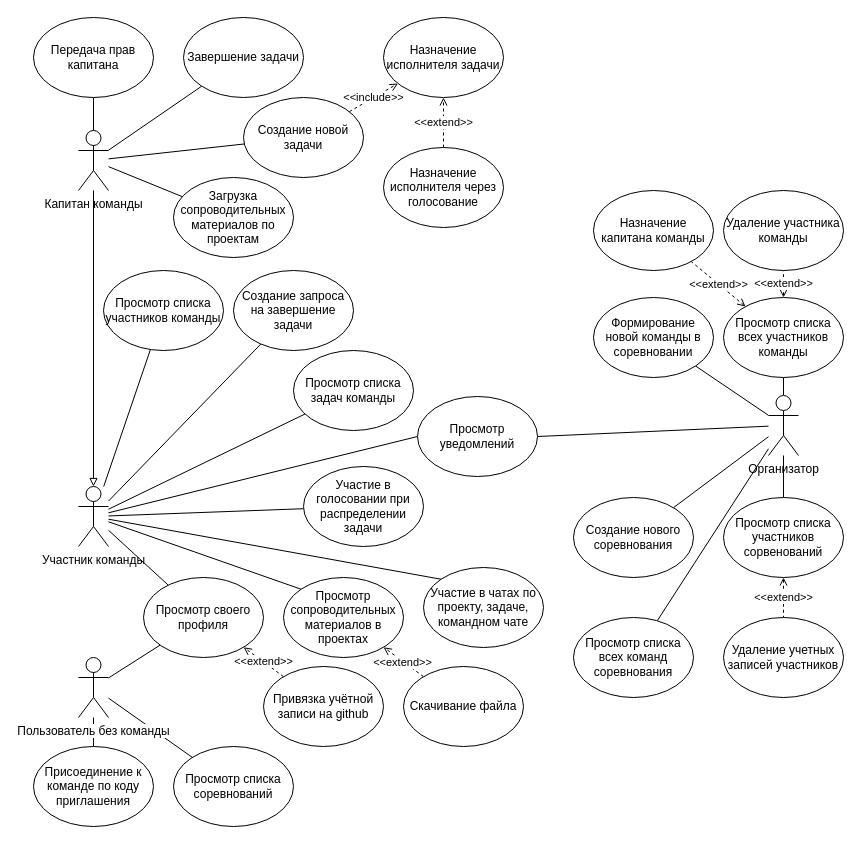
GSEvgenievich/CourseProject2025 keeps this draw.io diagram as use-case3.drawio. Above is the earlier version. Source tidied: cells renumbered, new cells numbered last; positions are measured from the earlier drawing's top-left corner, leaving out a move shared by most shapes. Both pictures are drawn from the tidied source at 100%, with x=0, y=0 at pixel (33, 17).
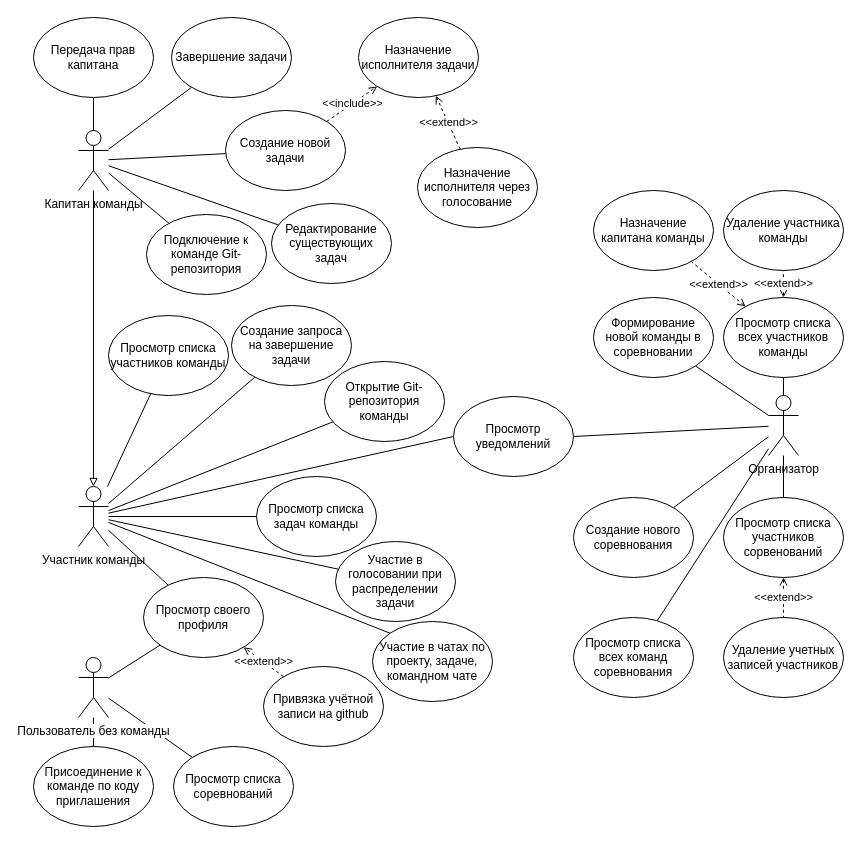
The same diagram, later.

Unchanged cells that the change refers to:
```xml
<mxCell id="8" value="Участник команды" style="shape=umlActor;verticalLabelPosition=bottom;verticalAlign=top;html=1;outlineConnect=0;" parent="1" vertex="1">
  <mxGeometry x="45" y="469" width="30" height="60" as="geometry" />
</mxCell>
<mxCell id="11" value="Капитан команды" style="shape=umlActor;verticalLabelPosition=bottom;verticalAlign=top;html=1;outlineConnect=0;" parent="1" vertex="1">
  <mxGeometry x="45" y="113" width="30" height="60" as="geometry" />
</mxCell>
```

Diff of the diagram source:
```diff
@@
     <mxCell id="20" value="Просмотр списка участников команды" style="ellipse;whiteSpace=wrap;html=1;" parent="1" vertex="1">
-      <mxGeometry x="70" y="253" width="120" height="80" as="geometry" />
+      <mxGeometry x="75" y="298" width="120" height="80" as="geometry" />
     </mxCell>
@@
     <mxCell id="22" value="Создание запроса на завершение задачи" style="ellipse;whiteSpace=wrap;html=1;" parent="1" vertex="1">
-      <mxGeometry x="200" y="253" width="120" height="80" as="geometry" />
+      <mxGeometry x="198" y="288" width="120" height="80" as="geometry" />
     </mxCell>
     <mxCell id="23" value="Просмотр списка задач команды" style="ellipse;whiteSpace=wrap;html=1;" parent="1" vertex="1">
-      <mxGeometry x="260" y="333" width="120" height="80" as="geometry" />
+      <mxGeometry x="223" y="459" width="120" height="80" as="geometry" />
     </mxCell>
     <mxCell id="24" value="Участие в голосовании при распределении задачи" style="ellipse;whiteSpace=wrap;html=1;" parent="1" vertex="1">
-      <mxGeometry x="270" y="449" width="120" height="80" as="geometry" />
+      <mxGeometry x="302" y="524" width="120" height="80" as="geometry" />
     </mxCell>
     <mxCell id="25" value="Участие в чатах по проекту, задаче, командном чате" style="ellipse;whiteSpace=wrap;html=1;" parent="1" vertex="1">
-      <mxGeometry x="390" y="550" width="120" height="80" as="geometry" />
+      <mxGeometry x="339" y="604" width="120" height="80" as="geometry" />
     </mxCell>
-    <mxCell id="26" style="edgeStyle=none;rounded=0;jettySize=auto;html=1;endArrow=none;endFill=0;entryX=0;entryY=0;entryDx=0;entryDy=0;" parent="1" edge="1" source="8" target="27">
-      <mxGeometry relative="1" as="geometry" />
-    </mxCell>
-    <mxCell id="27" value="Просмотр сопроводительных материалов в проектах" style="ellipse;whiteSpace=wrap;html=1;" parent="1" vertex="1">
-      <mxGeometry x="250" y="560" width="120" height="80" as="geometry" />
-    </mxCell>
-    <mxCell id="28" value="&amp;lt;&amp;lt;extend&amp;gt;&amp;gt;" style="edgeStyle=none;rounded=0;jettySize=auto;html=1;dashed=1;endArrow=open;endFill=0;labelBackgroundColor=default;" parent="1" edge="1" source="29" target="27">
-      <mxGeometry x="0.05" y="1" relative="1" as="geometry" />
+    <mxCell id="28" value="&amp;lt;&amp;lt;extend&amp;gt;&amp;gt;" style="edgeStyle=none;rounded=0;orthogonalLoop=1;jettySize=auto;html=1;dashed=1;endArrow=open;endFill=0;labelBackgroundColor=default;" parent="1" edge="1">
+      <mxGeometry x="0.05" y="1" relative="1" as="geometry">
+        <mxPoint x="350.1" y="629.7" as="targetPoint" />
+      </mxGeometry>
     </mxCell>
-    <mxCell id="29" value="Скачивание файла" style="ellipse;whiteSpace=wrap;html=1;" parent="1" vertex="1">
-      <mxGeometry x="370" y="649" width="120" height="80" as="geometry" />
-    </mxCell>
@@
     <mxCell id="31" value="Создание новой задачи" style="ellipse;whiteSpace=wrap;html=1;" parent="1" vertex="1">
-      <mxGeometry x="210" y="80" width="120" height="80" as="geometry" />
+      <mxGeometry x="192" y="93" width="120" height="80" as="geometry" />
     </mxCell>
@@
     <mxCell id="34" value="Назначение исполнителя задачи" style="ellipse;whiteSpace=wrap;html=1;" parent="1" vertex="1">
-      <mxGeometry x="350" width="120" height="80" as="geometry" />
+      <mxGeometry x="325" width="120" height="80" as="geometry" />
     </mxCell>
@@
     <mxCell id="36" value="Назначение исполнителя через голосование" style="ellipse;whiteSpace=wrap;html=1;" parent="1" vertex="1">
-      <mxGeometry x="350" y="130" width="120" height="80" as="geometry" />
+      <mxGeometry x="384" y="130" width="120" height="80" as="geometry" />
     </mxCell>
@@
-    <mxCell id="38" value="Загрузка сопроводительных материалов по проектам" style="ellipse;whiteSpace=wrap;html=1;" parent="1" vertex="1">
-      <mxGeometry x="140" y="160" width="120" height="80" as="geometry" />
+    <mxCell id="38" value="Подключение к команде Git-репозитория" style="ellipse;whiteSpace=wrap;html=1;" parent="1" vertex="1">
+      <mxGeometry x="113" y="197" width="120" height="80" as="geometry" />
     </mxCell>
@@
     <mxCell id="57" value="Просмотр уведомлений" style="ellipse;whiteSpace=wrap;html=1;" parent="1" vertex="1">
-      <mxGeometry x="384" y="379" width="120" height="80" as="geometry" />
+      <mxGeometry x="420" y="379" width="120" height="80" as="geometry" />
     </mxCell>
@@
     <mxCell id="59" value="Завершение задачи" style="ellipse;whiteSpace=wrap;html=1;" parent="1" vertex="1">
-      <mxGeometry x="150" width="120" height="80" as="geometry" />
+      <mxGeometry x="138" width="120" height="80" as="geometry" />
     </mxCell>
@@
+    <mxCell id="61" style="edgeStyle=none;rounded=0;jettySize=auto;html=1;endArrow=none;endFill=0;" parent="1" edge="1" source="62" target="8">
+      <mxGeometry relative="1" as="geometry" />
+    </mxCell>
+    <mxCell id="62" value="Открытие Git-репозитория команды" style="ellipse;whiteSpace=wrap;html=1;" parent="1" vertex="1">
+      <mxGeometry x="291" y="344" width="120" height="80" as="geometry" />
+    </mxCell>
+    <mxCell id="63" style="edgeStyle=none;rounded=0;jettySize=auto;html=1;endArrow=none;endFill=0;" parent="1" edge="1" source="11" target="64">
+      <mxGeometry relative="1" as="geometry" />
+    </mxCell>
+    <mxCell id="64" value="Редактирование существующих задач" style="ellipse;whiteSpace=wrap;html=1;" parent="1" vertex="1">
+      <mxGeometry x="238" y="186" width="120" height="80" as="geometry" />
+    </mxCell>
```
